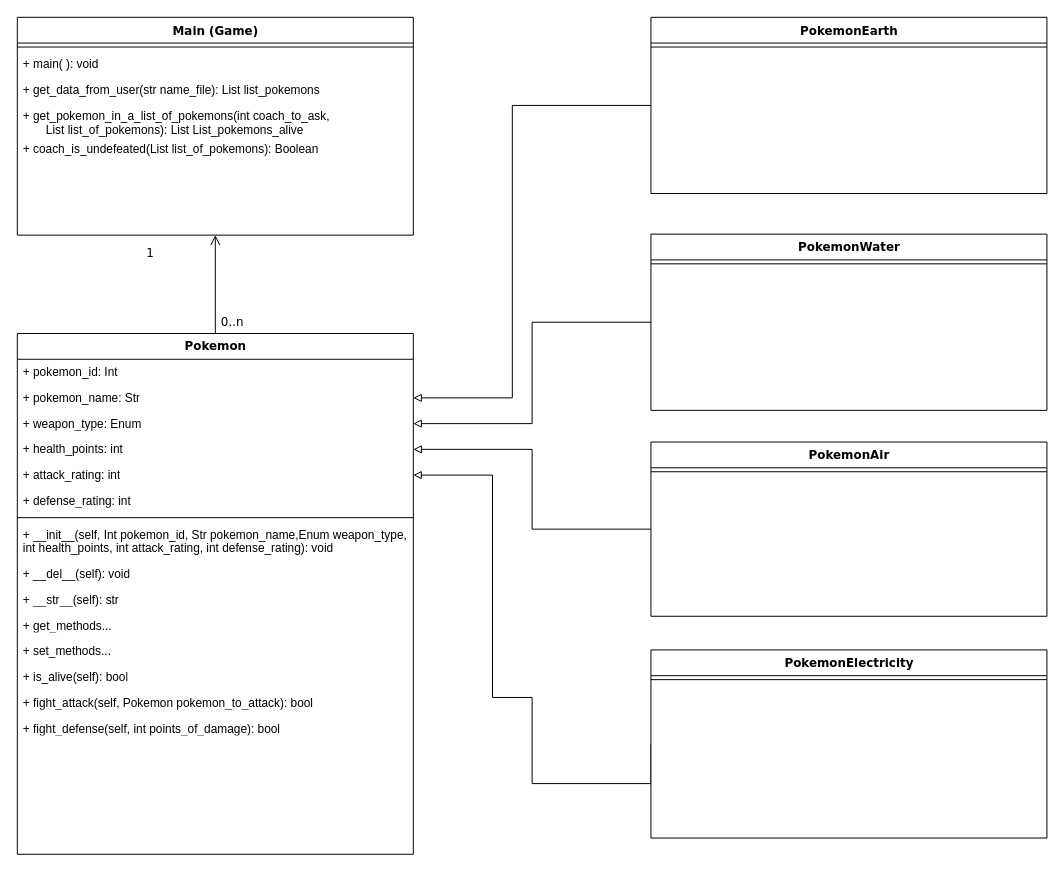
lmiel/pokemon keeps this draw.io diagram as page "UML" (1 of 2) of Archivos_complementarios/ExamenParcial.drawio. Above is the earlier version. Source tidied: cells renumbered, new cells numbered last; positions are measured from the earlier drawing's top-left corner, leaving out a move shared by most shapes. Both pictures are drawn from the tidied source at 99%, with x=0, y=0 at pixel (17, 17).
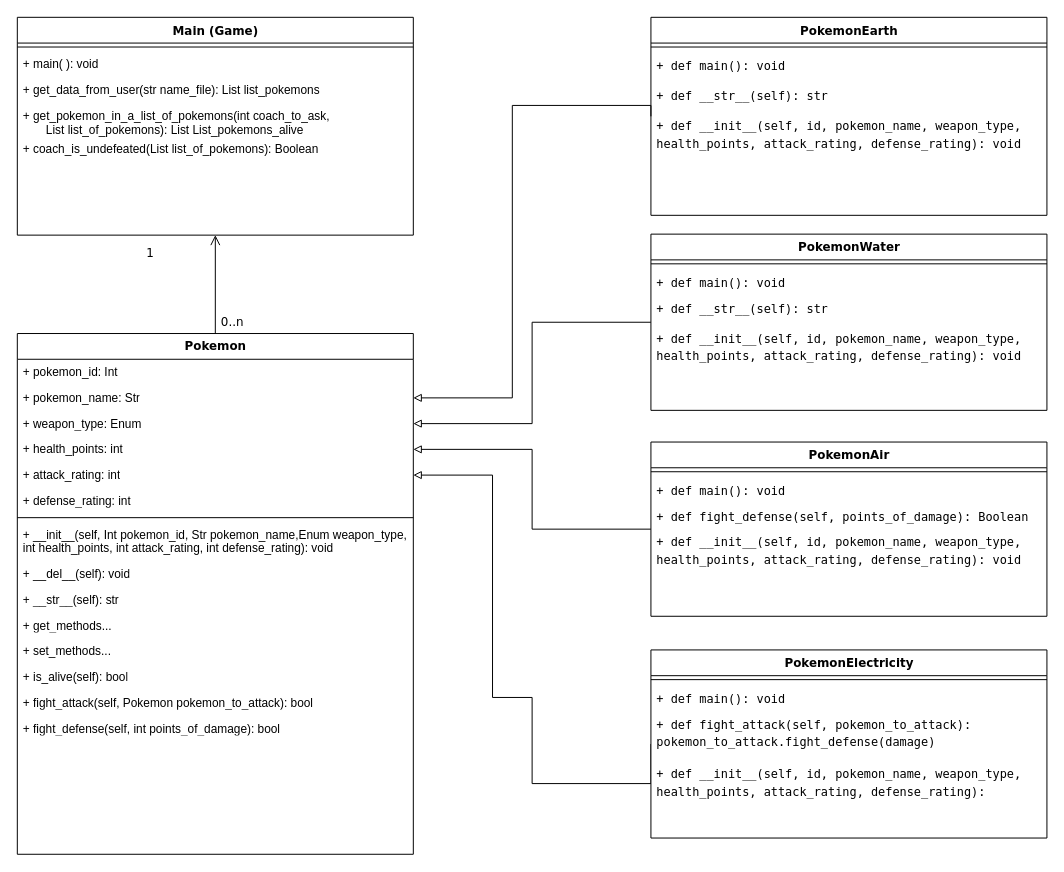
The same diagram, later.

The change refers to these unchanged cells:
```xml
<mxCell id="9" value="PokemonWater" style="swimlane;html=1;fontStyle=1;align=center;verticalAlign=top;horizontal=1;startSize=26;swimlaneFillColor=#ffffff;rounded=0;shadow=0;comic=0;labelBackgroundColor=none;strokeWidth=1;fontFamily=Verdana;fontSize=12;" parent="1" vertex="1">
  <mxGeometry x="640" y="219" width="400" height="178" as="geometry" />
</mxCell>
<mxCell id="12" value="PokemonAir" style="swimlane;html=1;fontStyle=1;align=center;verticalAlign=top;horizontal=1;startSize=26;swimlaneFillColor=#ffffff;rounded=0;shadow=0;comic=0;labelBackgroundColor=none;strokeWidth=1;fontFamily=Verdana;fontSize=12;" parent="1" vertex="1">
  <mxGeometry x="640" y="429" width="400" height="176" as="geometry" />
</mxCell>
<mxCell id="15" value="PokemonElectricity" style="swimlane;html=1;fontStyle=1;align=center;verticalAlign=top;horizontal=1;startSize=26;swimlaneFillColor=#ffffff;rounded=0;shadow=0;comic=0;labelBackgroundColor=none;strokeWidth=1;fontFamily=Verdana;fontSize=12;" parent="1" vertex="1">
  <mxGeometry x="640" y="639" width="400" height="190" as="geometry" />
</mxCell>
```

Change to the diagram source:
```diff
@@
+    <mxCell id="39" value="&lt;div style=&quot;font-family: Menlo, Monaco, &amp;quot;Courier New&amp;quot;, monospace; line-height: 18px;&quot;&gt;&lt;div style=&quot;&quot;&gt;+ def main(): void&lt;/div&gt;&lt;div style=&quot;color: rgb(167, 219, 247); background-color: rgb(1, 22, 39);&quot;&gt;&lt;/div&gt;&lt;/div&gt;" style="text;html=1;strokeColor=none;fillColor=none;align=left;verticalAlign=top;spacingLeft=4;spacingRight=4;whiteSpace=wrap;overflow=hidden;fontColor=#000000;" parent="9" vertex="1">
+      <mxGeometry y="34" width="400" height="26" as="geometry" />
+    </mxCell>
+    <mxCell id="40" value="&lt;div style=&quot;font-family: Menlo, Monaco, &amp;quot;Courier New&amp;quot;, monospace; line-height: 18px;&quot;&gt;&lt;div style=&quot;&quot;&gt;+ def __str__(self): str&lt;/div&gt;&lt;div style=&quot;color: rgb(167, 219, 247); background-color: rgb(1, 22, 39);&quot;&gt;&lt;/div&gt;&lt;/div&gt;" style="text;html=1;strokeColor=none;fillColor=none;align=left;verticalAlign=top;spacingLeft=4;spacingRight=4;whiteSpace=wrap;overflow=hidden;fontColor=#000000;" parent="9" vertex="1">
+      <mxGeometry y="60" width="400" height="30" as="geometry" />
+    </mxCell>
+    <mxCell id="41" value="&lt;div style=&quot;font-family: Menlo, Monaco, &amp;quot;Courier New&amp;quot;, monospace; line-height: 18px;&quot;&gt;&lt;div style=&quot;&quot;&gt;+ def __init__(self, id, pokemon_name, weapon_type, health_points, attack_rating, defense_rating): void&lt;/div&gt;&lt;div style=&quot;color: rgb(167, 219, 247); background-color: rgb(1, 22, 39);&quot;&gt;&lt;/div&gt;&lt;/div&gt;" style="text;html=1;strokeColor=none;fillColor=none;align=left;verticalAlign=top;spacingLeft=4;spacingRight=4;whiteSpace=wrap;overflow=hidden;fontColor=#000000;" parent="9" vertex="1">
+      <mxGeometry y="90" width="400" height="60" as="geometry" />
+    </mxCell>
@@
+    <mxCell id="42" value="&lt;div style=&quot;font-family: Menlo, Monaco, &amp;quot;Courier New&amp;quot;, monospace; line-height: 18px;&quot;&gt;&lt;div style=&quot;&quot;&gt;+ def main(): void&lt;/div&gt;&lt;div style=&quot;color: rgb(167, 219, 247); background-color: rgb(1, 22, 39);&quot;&gt;&lt;/div&gt;&lt;/div&gt;" style="text;html=1;strokeColor=none;fillColor=none;align=left;verticalAlign=top;spacingLeft=4;spacingRight=4;whiteSpace=wrap;overflow=hidden;fontColor=#000000;" parent="12" vertex="1">
+      <mxGeometry y="34" width="400" height="26" as="geometry" />
+    </mxCell>
+    <mxCell id="43" value="&lt;div style=&quot;font-family: Menlo, Monaco, &amp;quot;Courier New&amp;quot;, monospace; line-height: 18px;&quot;&gt;&lt;div style=&quot;&quot;&gt;+ def fight_defense(self, points_of_damage): Boolean&lt;/div&gt;&lt;div style=&quot;color: rgb(167, 219, 247); background-color: rgb(1, 22, 39);&quot;&gt;&lt;/div&gt;&lt;/div&gt;" style="text;html=1;strokeColor=none;fillColor=none;align=left;verticalAlign=top;spacingLeft=4;spacingRight=4;whiteSpace=wrap;overflow=hidden;fontColor=#000000;" parent="12" vertex="1">
+      <mxGeometry y="60" width="400" height="26" as="geometry" />
+    </mxCell>
+    <mxCell id="44" value="&lt;div style=&quot;font-family: Menlo, Monaco, &amp;quot;Courier New&amp;quot;, monospace; line-height: 18px;&quot;&gt;&lt;div style=&quot;&quot;&gt;+ def __init__(self, id, pokemon_name, weapon_type, health_points, attack_rating, defense_rating): void&lt;/div&gt;&lt;div style=&quot;color: rgb(167, 219, 247); background-color: rgb(1, 22, 39);&quot;&gt;&lt;/div&gt;&lt;/div&gt;" style="text;html=1;strokeColor=none;fillColor=none;align=left;verticalAlign=top;spacingLeft=4;spacingRight=4;whiteSpace=wrap;overflow=hidden;fontColor=#000000;" parent="12" vertex="1">
+      <mxGeometry y="86" width="400" height="60" as="geometry" />
+    </mxCell>
@@
+    <mxCell id="45" value="&lt;div style=&quot;font-family: Menlo, Monaco, &amp;quot;Courier New&amp;quot;, monospace; line-height: 18px;&quot;&gt;&lt;div style=&quot;&quot;&gt;+ def main(): void&lt;/div&gt;&lt;div style=&quot;color: rgb(167, 219, 247); background-color: rgb(1, 22, 39);&quot;&gt;&lt;/div&gt;&lt;/div&gt;" style="text;html=1;strokeColor=none;fillColor=none;align=left;verticalAlign=top;spacingLeft=4;spacingRight=4;whiteSpace=wrap;overflow=hidden;fontColor=#000000;" parent="15" vertex="1">
+      <mxGeometry y="34" width="400" height="26" as="geometry" />
+    </mxCell>
+    <mxCell id="46" value="&lt;div style=&quot;font-family: Menlo, Monaco, &amp;quot;Courier New&amp;quot;, monospace; line-height: 18px;&quot;&gt;&lt;div style=&quot;&quot;&gt;&lt;div style=&quot;line-height: 18px;&quot;&gt;&lt;div style=&quot;&quot;&gt;+ def fight_attack(self, pokemon_to_attack): pokemon_to_attack.fight_defense(damage)&lt;/div&gt;&lt;div style=&quot;color: rgb(167, 219, 247); background-color: rgb(1, 22, 39);&quot;&gt;&lt;/div&gt;&lt;/div&gt;&lt;/div&gt;&lt;div style=&quot;color: rgb(167, 219, 247); background-color: rgb(1, 22, 39);&quot;&gt;&lt;/div&gt;&lt;/div&gt;" style="text;html=1;strokeColor=none;fillColor=none;align=left;verticalAlign=top;spacingLeft=4;spacingRight=4;whiteSpace=wrap;overflow=hidden;fontColor=#000000;" parent="15" vertex="1">
+      <mxGeometry y="60" width="400" height="50" as="geometry" />
+    </mxCell>
+    <mxCell id="47" value="&lt;div style=&quot;font-family: Menlo, Monaco, &amp;quot;Courier New&amp;quot;, monospace; line-height: 18px;&quot;&gt;&lt;div style=&quot;&quot;&gt;+ def __init__(self, id, pokemon_name, weapon_type, health_points, attack_rating, defense_rating):&lt;/div&gt;&lt;div style=&quot;color: rgb(167, 219, 247); background-color: rgb(1, 22, 39);&quot;&gt;&lt;/div&gt;&lt;/div&gt;" style="text;html=1;strokeColor=none;fillColor=none;align=left;verticalAlign=top;spacingLeft=4;spacingRight=4;whiteSpace=wrap;overflow=hidden;fontColor=#000000;" parent="15" vertex="1">
+      <mxGeometry y="110" width="400" height="60" as="geometry" />
+    </mxCell>
@@
     <mxCell id="36" value="PokemonEarth" style="swimlane;html=1;fontStyle=1;align=center;verticalAlign=top;horizontal=1;startSize=26;swimlaneFillColor=#ffffff;rounded=0;shadow=0;comic=0;labelBackgroundColor=none;strokeWidth=1;fontFamily=Verdana;fontSize=12;" parent="1" vertex="1">
-      <mxGeometry x="640" width="400" height="178" as="geometry" />
+      <mxGeometry x="640" width="400" height="200" as="geometry" />
     </mxCell>
@@
+    <mxCell id="48" value="&lt;div style=&quot;font-family: Menlo, Monaco, &amp;quot;Courier New&amp;quot;, monospace; line-height: 18px;&quot;&gt;&lt;div style=&quot;&quot;&gt;+ def main(): void&lt;/div&gt;&lt;div style=&quot;color: rgb(167, 219, 247); background-color: rgb(1, 22, 39);&quot;&gt;&lt;/div&gt;&lt;/div&gt;" style="text;html=1;strokeColor=none;fillColor=none;align=left;verticalAlign=top;spacingLeft=4;spacingRight=4;whiteSpace=wrap;overflow=hidden;fontColor=#000000;" parent="36" vertex="1">
+      <mxGeometry y="34" width="400" height="30" as="geometry" />
+    </mxCell>
+    <mxCell id="49" value="&lt;div style=&quot;font-family: Menlo, Monaco, &amp;quot;Courier New&amp;quot;, monospace; line-height: 18px;&quot;&gt;&lt;div style=&quot;&quot;&gt;+ def __str__(self): str&lt;/div&gt;&lt;div style=&quot;color: rgb(167, 219, 247); background-color: rgb(1, 22, 39);&quot;&gt;&lt;/div&gt;&lt;/div&gt;" style="text;html=1;strokeColor=none;fillColor=none;align=left;verticalAlign=top;spacingLeft=4;spacingRight=4;whiteSpace=wrap;overflow=hidden;fontColor=#000000;" parent="36" vertex="1">
+      <mxGeometry y="64" width="400" height="30" as="geometry" />
+    </mxCell>
+    <mxCell id="50" value="&lt;div style=&quot;font-family: Menlo, Monaco, &amp;quot;Courier New&amp;quot;, monospace; line-height: 18px;&quot;&gt;&lt;div style=&quot;&quot;&gt;+ def __init__(self, id, pokemon_name, weapon_type, health_points, attack_rating, defense_rating): void&lt;/div&gt;&lt;div style=&quot;color: rgb(167, 219, 247); background-color: rgb(1, 22, 39);&quot;&gt;&lt;/div&gt;&lt;/div&gt;" style="text;html=1;strokeColor=none;fillColor=none;align=left;verticalAlign=top;spacingLeft=4;spacingRight=4;whiteSpace=wrap;overflow=hidden;fontColor=#000000;" parent="36" vertex="1">
+      <mxGeometry y="94" width="400" height="60" as="geometry" />
+    </mxCell>
```
